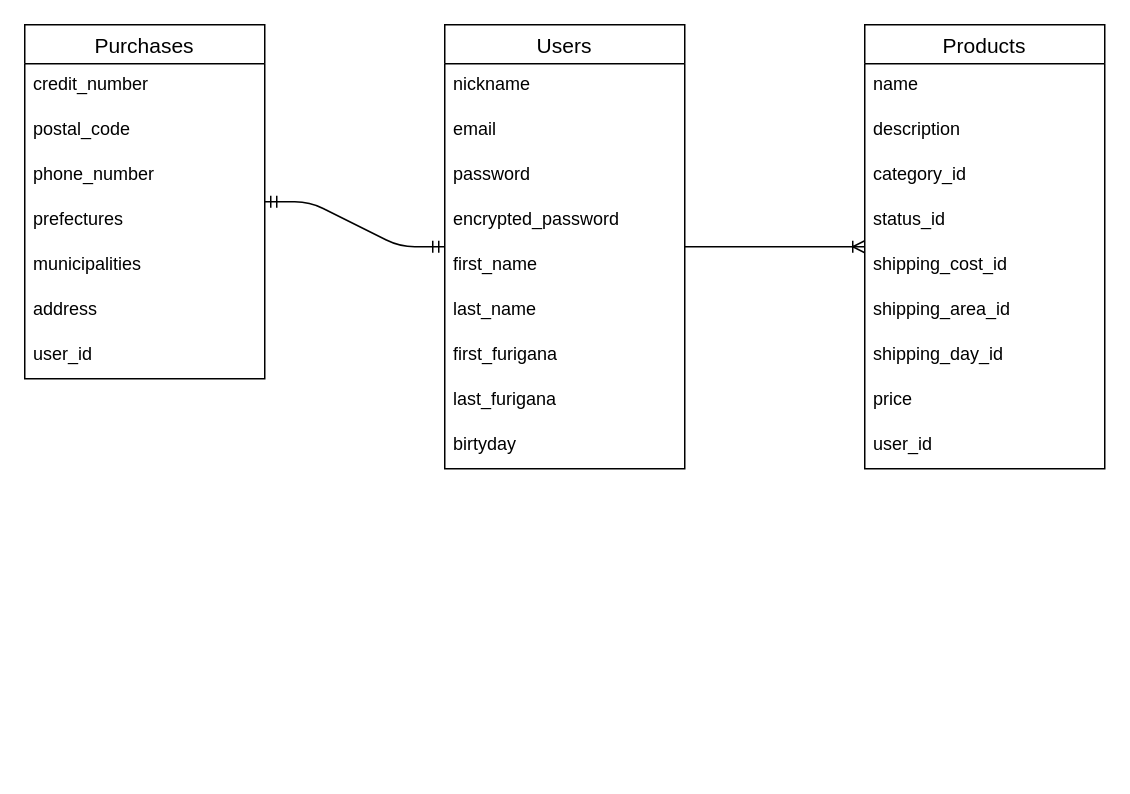
This is ER.dio from junya-kume/furima-34480, a draw.io file, before an edit. Source tidied: cells renumbered, new cells numbered last; positions are measured from the earlier drawing's top-left corner, leaving out a move shared by most shapes. Both pictures are drawn from the tidied source at 150%, with x=0, y=0 at pixel (24, 24).
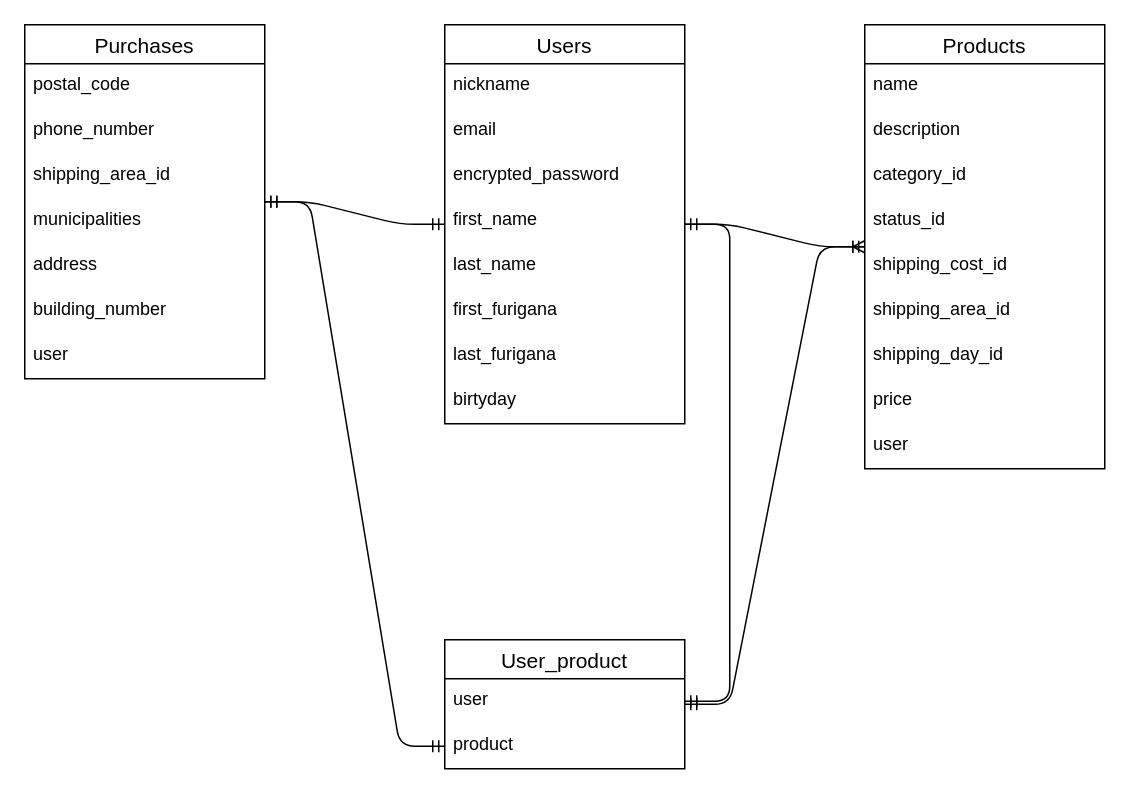
After the change.

Unchanged cells that the change refers to:
```xml
<mxCell id="12" value="Products" style="swimlane;fontStyle=0;horizontal=1;startSize=26;align=center;fontSize=14;" parent="1" vertex="1">
  <mxGeometry x="560" width="160" height="296" as="geometry" />
</mxCell>
<mxCell id="22" value="Purchases" style="swimlane;fontStyle=0;horizontal=1;startSize=26;align=center;fontSize=14;" parent="1" vertex="1">
  <mxGeometry width="160" height="236" as="geometry" />
</mxCell>
```

What changed in the source:
```diff
@@
     <mxCell id="2" value="Users" style="swimlane;fontStyle=0;horizontal=1;startSize=26;align=center;fontSize=14;" parent="1" vertex="1">
-      <mxGeometry x="280" width="160" height="296" as="geometry" />
+      <mxGeometry x="280" width="160" height="266" as="geometry" />
     </mxCell>
@@
-    <mxCell id="5" value="password" style="text;strokeColor=none;fillColor=none;spacingLeft=4;spacingRight=4;overflow=hidden;fontSize=12;" parent="2" vertex="1">
-      <mxGeometry y="86" width="160" height="30" as="geometry" />
-    </mxCell>
     <mxCell id="6" value="encrypted_password" style="text;strokeColor=none;fillColor=none;spacingLeft=4;spacingRight=4;overflow=hidden;fontSize=12;" parent="2" vertex="1">
-      <mxGeometry y="116" width="160" height="30" as="geometry" />
+      <mxGeometry y="86" width="160" height="30" as="geometry" />
     </mxCell>
     <mxCell id="7" value="first_name" style="text;strokeColor=none;fillColor=none;spacingLeft=4;spacingRight=4;overflow=hidden;fontSize=12;" parent="2" vertex="1">
-      <mxGeometry y="146" width="160" height="30" as="geometry" />
+      <mxGeometry y="116" width="160" height="30" as="geometry" />
     </mxCell>
     <mxCell id="8" value="last_name" style="text;strokeColor=none;fillColor=none;spacingLeft=4;spacingRight=4;overflow=hidden;fontSize=12;" parent="2" vertex="1">
-      <mxGeometry y="176" width="160" height="30" as="geometry" />
+      <mxGeometry y="146" width="160" height="30" as="geometry" />
     </mxCell>
     <mxCell id="9" value="first_furigana" style="text;strokeColor=none;fillColor=none;spacingLeft=4;spacingRight=4;overflow=hidden;fontSize=12;" parent="2" vertex="1">
-      <mxGeometry y="206" width="160" height="30" as="geometry" />
+      <mxGeometry y="176" width="160" height="30" as="geometry" />
     </mxCell>
     <mxCell id="10" value="last_furigana" style="text;strokeColor=none;fillColor=none;spacingLeft=4;spacingRight=4;overflow=hidden;fontSize=12;" parent="2" vertex="1">
-      <mxGeometry y="236" width="160" height="30" as="geometry" />
+      <mxGeometry y="206" width="160" height="30" as="geometry" />
     </mxCell>
     <mxCell id="11" value="birtyday" style="text;strokeColor=none;fillColor=none;spacingLeft=4;spacingRight=4;overflow=hidden;fontSize=12;" parent="2" vertex="1">
-      <mxGeometry y="266" width="160" height="30" as="geometry" />
+      <mxGeometry y="236" width="160" height="30" as="geometry" />
     </mxCell>
@@
-    <mxCell id="21" value="user_id" style="text;strokeColor=none;fillColor=none;spacingLeft=4;spacingRight=4;overflow=hidden;fontSize=12;" parent="12" vertex="1">
+    <mxCell id="21" value="user" style="text;strokeColor=none;fillColor=none;spacingLeft=4;spacingRight=4;overflow=hidden;fontSize=12;" parent="12" vertex="1">
       <mxGeometry y="266" width="160" height="30" as="geometry" />
     </mxCell>
@@
-    <mxCell id="23" value="credit_number" style="text;strokeColor=none;fillColor=none;spacingLeft=4;spacingRight=4;overflow=hidden;fontSize=12;" parent="22" vertex="1">
-      <mxGeometry y="26" width="160" height="30" as="geometry" />
-    </mxCell>
     <mxCell id="24" value="postal_code" style="text;strokeColor=none;fillColor=none;spacingLeft=4;spacingRight=4;overflow=hidden;fontSize=12;" parent="22" vertex="1">
-      <mxGeometry y="56" width="160" height="30" as="geometry" />
+      <mxGeometry y="26" width="160" height="30" as="geometry" />
     </mxCell>
     <mxCell id="25" value="phone_number" style="text;strokeColor=none;fillColor=none;spacingLeft=4;spacingRight=4;overflow=hidden;fontSize=12;" parent="22" vertex="1">
-      <mxGeometry y="86" width="160" height="30" as="geometry" />
+      <mxGeometry y="56" width="160" height="30" as="geometry" />
     </mxCell>
-    <mxCell id="26" value="prefectures" style="text;strokeColor=none;fillColor=none;spacingLeft=4;spacingRight=4;overflow=hidden;fontSize=12;" parent="22" vertex="1">
-      <mxGeometry y="116" width="160" height="30" as="geometry" />
+    <mxCell id="26" value="shipping_area_id" style="text;strokeColor=none;fillColor=none;spacingLeft=4;spacingRight=4;overflow=hidden;fontSize=12;" parent="22" vertex="1">
+      <mxGeometry y="86" width="160" height="30" as="geometry" />
     </mxCell>
     <mxCell id="27" value="municipalities" style="text;strokeColor=none;fillColor=none;spacingLeft=4;spacingRight=4;overflow=hidden;fontSize=12;" parent="22" vertex="1">
-      <mxGeometry y="146" width="160" height="30" as="geometry" />
+      <mxGeometry y="116" width="160" height="30" as="geometry" />
     </mxCell>
     <mxCell id="28" value="address" style="text;strokeColor=none;fillColor=none;spacingLeft=4;spacingRight=4;overflow=hidden;fontSize=12;" parent="22" vertex="1">
-      <mxGeometry y="176" width="160" height="30" as="geometry" />
+      <mxGeometry y="146" width="160" height="30" as="geometry" />
     </mxCell>
+    <mxCell id="32" value="building_number" style="text;strokeColor=none;fillColor=none;spacingLeft=4;spacingRight=4;overflow=hidden;fontSize=12;" parent="22" vertex="1">
+      <mxGeometry y="176" width="160" height="30" as="geometry" />
+    </mxCell>
-    <mxCell id="29" value="user_id" style="text;strokeColor=none;fillColor=none;spacingLeft=4;spacingRight=4;overflow=hidden;fontSize=12;" parent="22" vertex="1">
+    <mxCell id="29" value="user" style="text;strokeColor=none;fillColor=none;spacingLeft=4;spacingRight=4;overflow=hidden;fontSize=12;" parent="22" vertex="1">
       <mxGeometry y="206" width="160" height="30" as="geometry" />
     </mxCell>
@@
+    <mxCell id="33" value="User_product" style="swimlane;fontStyle=0;horizontal=1;startSize=26;align=center;fontSize=14;" parent="1" vertex="1">
+      <mxGeometry x="280" y="410" width="160" height="86" as="geometry" />
+    </mxCell>
+    <mxCell id="34" value="user" style="text;strokeColor=none;fillColor=none;spacingLeft=4;spacingRight=4;overflow=hidden;points=[[0,0.5],[1,0.5]];portConstraint=eastwest;fontSize=12;" parent="33" vertex="1">
+      <mxGeometry y="26" width="160" height="30" as="geometry" />
+    </mxCell>
+    <mxCell id="35" value="product" style="text;strokeColor=none;fillColor=none;spacingLeft=4;spacingRight=4;overflow=hidden;points=[[0,0.5],[1,0.5]];portConstraint=eastwest;fontSize=12;" parent="33" vertex="1">
+      <mxGeometry y="56" width="160" height="30" as="geometry" />
+    </mxCell>
+    <mxCell id="36" style="edgeStyle=entityRelationEdgeStyle;fontSize=12;html=1;endArrow=ERmandOne;startArrow=ERmandOne;" parent="1" edge="1" source="34" target="2">
+      <mxGeometry relative="1" as="geometry" />
+    </mxCell>
+    <mxCell id="37" style="edgeStyle=entityRelationEdgeStyle;fontSize=12;html=1;endArrow=ERmandOne;startArrow=ERmandOne;" parent="1" edge="1" source="22" target="35">
+      <mxGeometry relative="1" as="geometry" />
+    </mxCell>
+    <mxCell id="38" style="edgeStyle=entityRelationEdgeStyle;fontSize=12;html=1;endArrow=ERmandOne;startArrow=ERmandOne;" parent="1" edge="1" source="12" target="33">
+      <mxGeometry relative="1" as="geometry" />
+    </mxCell>
```
